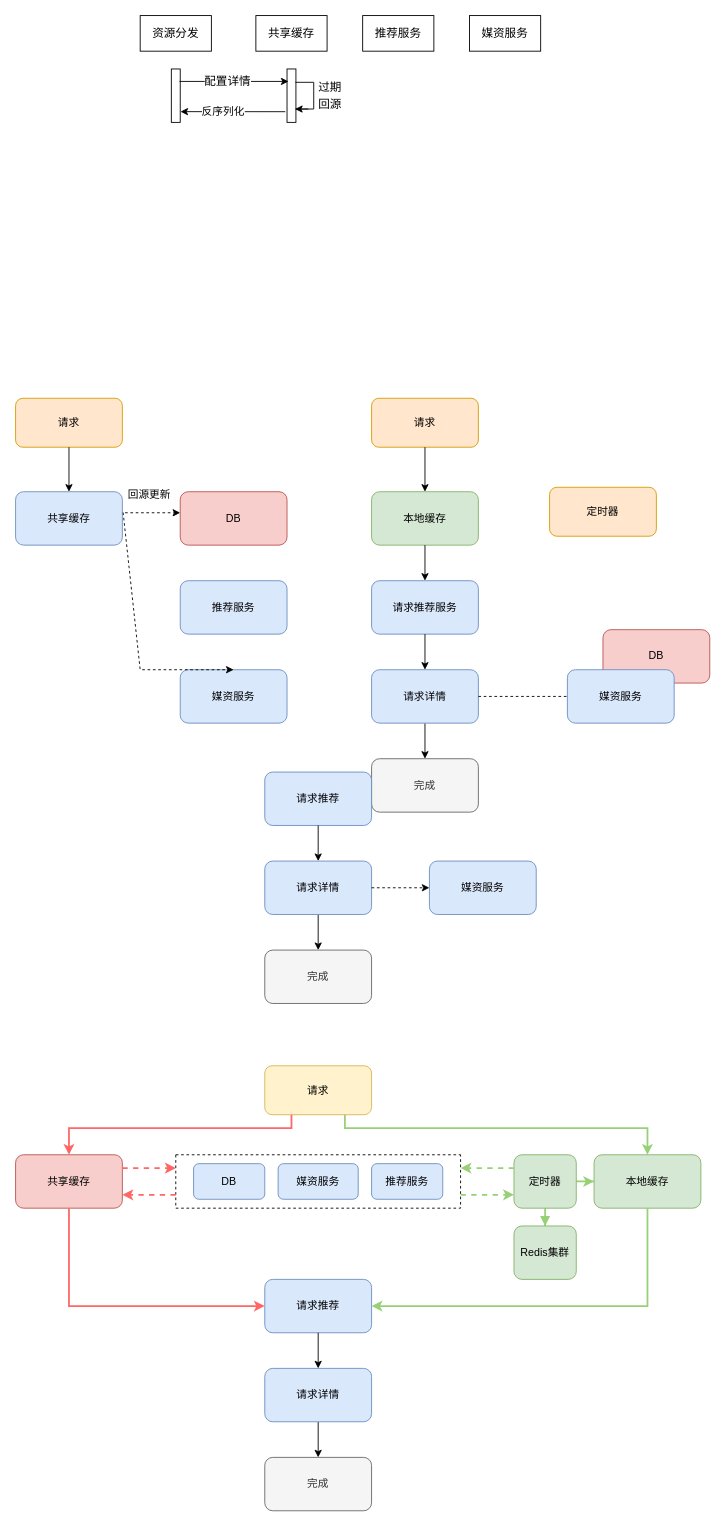
This is test3.drawio from lewiskyo/test_git, a draw.io file, before an edit. Source tidied: cells renumbered, new cells numbered last; positions are measured from the earlier drawing's top-left corner, leaving out a move shared by most shapes. Both pictures are drawn from the tidied source at 89%, with x=0, y=0 at pixel (15, 15).
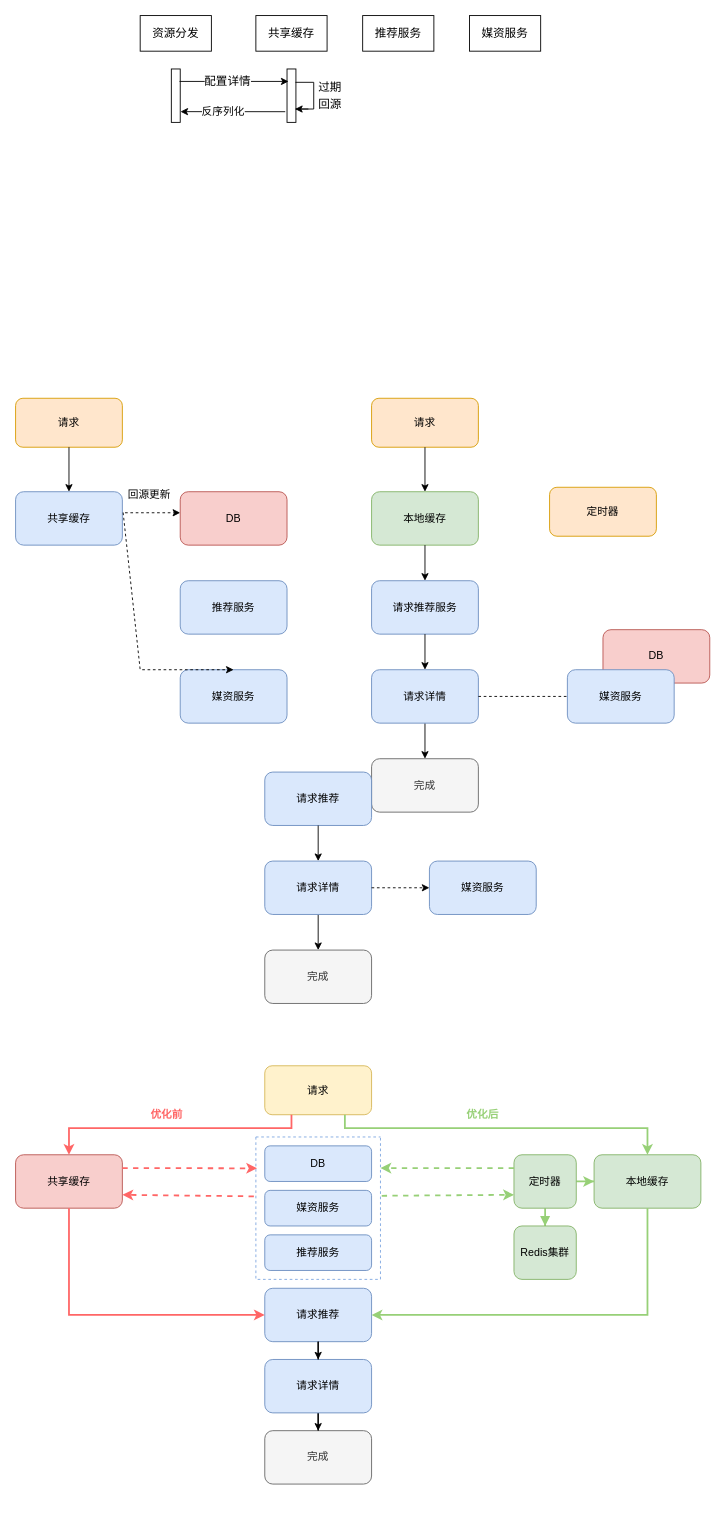
The same page after the edit.

The change refers to these unchanged cells:
```xml
<mxCell id="47" value="共享缓存" style="rounded=1;whiteSpace=wrap;html=1;fontSize=12;fillColor=#f8cecc;strokeColor=#b85450;" parent="1" vertex="1">
  <mxGeometry y="1280" width="120" height="60" as="geometry" />
</mxCell>
<mxCell id="48" value="本地缓存" style="rounded=1;whiteSpace=wrap;html=1;fontSize=12;fillColor=#d5e8d4;strokeColor=#82b366;" parent="1" vertex="1">
  <mxGeometry x="650" y="1280" width="120" height="60" as="geometry" />
</mxCell>
<mxCell id="51" value="定时器" style="rounded=1;whiteSpace=wrap;html=1;fontSize=12;fillColor=#d5e8d4;strokeColor=#82b366;" parent="1" vertex="1">
  <mxGeometry x="560" y="1280" width="70" height="60" as="geometry" />
</mxCell>
<mxCell id="53" value="请求推荐" style="rounded=1;whiteSpace=wrap;html=1;fontSize=12;fillColor=#dae8fc;strokeColor=#6c8ebf;" parent="52" vertex="1">
  <mxGeometry width="120" height="60" as="geometry" />
</mxCell>
```

The edit, as a diff of the source:
```diff
@@
     <mxCell id="52" style="group;" parent="1" vertex="1">
-      <mxGeometry x="280" y="1420" width="120" height="260" as="geometry" />
+      <mxGeometry x="280" y="1430" width="120" height="260" as="geometry" />
     </mxCell>
@@
     <mxCell id="54" value="完成" style="rounded=1;whiteSpace=wrap;html=1;fontSize=12;fillColor=#f5f5f5;fontColor=#333333;strokeColor=#666666;" parent="52" vertex="1">
-      <mxGeometry y="200" width="120" height="60" as="geometry" />
+      <mxGeometry y="160" width="120" height="60" as="geometry" />
     </mxCell>
@@
     <mxCell id="56" value="请求详情" style="rounded=1;whiteSpace=wrap;html=1;fontSize=12;fillColor=#dae8fc;strokeColor=#6c8ebf;" parent="52" vertex="1">
-      <mxGeometry y="100" width="120" height="60" as="geometry" />
+      <mxGeometry y="80" width="120" height="60" as="geometry" />
     </mxCell>
@@
-    <mxCell id="58" style="swimlane;startSize=0;fontSize=12;dashed=1;" parent="1" vertex="1">
-      <mxGeometry x="180" y="1280" width="320" height="60" as="geometry" />
+    <mxCell id="58" style="swimlane;startSize=0;fontSize=12;dashed=1;strokeColor=#7EA6E0;" parent="1" vertex="1">
+      <mxGeometry x="270" y="1260" width="140" height="160" as="geometry" />
     </mxCell>
@@
-    <mxCell id="61" value="推荐服务" style="rounded=1;whiteSpace=wrap;html=1;fontSize=12;fillColor=#dae8fc;strokeColor=#6c8ebf;" parent="1" vertex="1">
-      <mxGeometry x="400" y="1290" width="80" height="40" as="geometry" />
-    </mxCell>
-    <mxCell id="62" value="DB" style="rounded=1;whiteSpace=wrap;html=1;fontSize=12;fillColor=#dae8fc;strokeColor=#6c8ebf;" parent="1" vertex="1">
-      <mxGeometry x="200" y="1290" width="80" height="40" as="geometry" />
-    </mxCell>
-    <mxCell id="63" value="媒资服务" style="rounded=1;whiteSpace=wrap;html=1;fontSize=12;fillColor=#dae8fc;strokeColor=#6c8ebf;" parent="1" vertex="1">
-      <mxGeometry x="295" y="1290" width="90" height="40" as="geometry" />
-    </mxCell>
-    <mxCell id="64" style="endArrow=classic;html=1;rounded=0;strokeColor=#FF6666;strokeWidth=2;fontSize=12;exitX=1;exitY=0.25;exitDx=0;exitDy=0;dashed=1;" parent="1" edge="1" source="47">
-      <mxGeometry relative="1" as="geometry">
-        <mxPoint x="180" y="1295" as="targetPoint" />
-      </mxGeometry>
+    <mxCell id="64" style="endArrow=classic;html=1;rounded=0;strokeColor=#FF6666;strokeWidth=2;fontSize=12;exitX=1;exitY=0.25;exitDx=0;exitDy=0;dashed=1;entryX=0.01;entryY=0.22;entryDx=0;entryDy=0;entryPerimeter=0;" parent="1" edge="1" source="47" target="58">
+      <mxGeometry relative="1" as="geometry" />
     </mxCell>
-    <mxCell id="65" style="endArrow=classic;html=1;rounded=0;strokeColor=#FF6666;strokeWidth=2;fontSize=12;exitX=0;exitY=0.75;exitDx=0;exitDy=0;dashed=1;entryX=1;entryY=0.75;entryDx=0;entryDy=0;" parent="1" edge="1" source="58" target="47">
+    <mxCell id="65" style="endArrow=classic;html=1;rounded=0;strokeColor=#FF6666;strokeWidth=2;fontSize=12;exitX=-0.016;exitY=0.417;exitDx=0;exitDy=0;dashed=1;entryX=1;entryY=0.75;entryDx=0;entryDy=0;exitPerimeter=0;" parent="1" edge="1" source="58" target="47">
       <mxGeometry relative="1" as="geometry" />
     </mxCell>
-    <mxCell id="66" style="endArrow=classic;html=1;rounded=0;dashed=1;strokeColor=#97D077;strokeWidth=2;fontSize=12;entryX=1;entryY=0.25;entryDx=0;entryDy=0;exitX=0;exitY=0.25;exitDx=0;exitDy=0;" parent="1" edge="1" source="51" target="58">
-      <mxGeometry relative="1" as="geometry" />
+    <mxCell id="66" style="endArrow=classic;html=1;rounded=0;dashed=1;strokeColor=#97D077;strokeWidth=2;fontSize=12;exitX=0;exitY=0.25;exitDx=0;exitDy=0;" parent="1" edge="1" source="51">
+      <mxGeometry relative="1" as="geometry">
+        <mxPoint x="410" y="1295" as="targetPoint" />
+      </mxGeometry>
     </mxCell>
-    <mxCell id="67" style="endArrow=classic;html=1;rounded=0;dashed=1;strokeColor=#97D077;strokeWidth=2;fontSize=12;entryX=0;entryY=0.75;entryDx=0;entryDy=0;exitX=1;exitY=0.75;exitDx=0;exitDy=0;" parent="1" edge="1" source="58" target="51">
+    <mxCell id="67" style="endArrow=classic;html=1;rounded=0;dashed=1;strokeColor=#97D077;strokeWidth=2;fontSize=12;entryX=0;entryY=0.75;entryDx=0;entryDy=0;exitX=1.01;exitY=0.413;exitDx=0;exitDy=0;exitPerimeter=0;" parent="1" edge="1" source="58" target="51">
       <mxGeometry relative="1" as="geometry" />
     </mxCell>
     <mxCell id="68" style="endArrow=classic;html=1;rounded=0;strokeColor=#97D077;strokeWidth=2;fontSize=12;exitX=0.5;exitY=1;exitDx=0;exitDy=0;entryX=1;entryY=0.5;entryDx=0;entryDy=0;" parent="1" edge="1" source="48" target="53">
       <mxGeometry relative="1" as="geometry">
         <Array as="points">
-          <mxPoint x="710" y="1450" />
+          <mxPoint x="710" y="1460" />
         </Array>
       </mxGeometry>
     </mxCell>
     <mxCell id="69" style="endArrow=classic;html=1;rounded=0;strokeColor=#FF6666;strokeWidth=2;fontSize=12;exitX=0.5;exitY=1;exitDx=0;exitDy=0;entryX=0;entryY=0.5;entryDx=0;entryDy=0;" parent="1" edge="1" source="47" target="53">
       <mxGeometry relative="1" as="geometry">
         <Array as="points">
-          <mxPoint x="60" y="1450" />
+          <mxPoint x="60" y="1460" />
         </Array>
       </mxGeometry>
     </mxCell>
@@
+    <mxCell id="71" value="优化前" style="text;html=1;strokeColor=none;fillColor=none;align=center;verticalAlign=middle;whiteSpace=wrap;rounded=0;dashed=1;fontSize=12;fontColor=#FF6666;fontStyle=1;" parent="1" vertex="1">
+      <mxGeometry x="140" y="1220" width="60" height="30" as="geometry" />
+    </mxCell>
+    <mxCell id="72" value="优化后" style="text;html=1;strokeColor=none;fillColor=none;align=center;verticalAlign=middle;whiteSpace=wrap;rounded=0;dashed=1;fontSize=12;fontColor=#97D077;fontStyle=1;" parent="1" vertex="1">
+      <mxGeometry x="495" y="1220" width="60" height="30" as="geometry" />
+    </mxCell>
+    <mxCell id="63" value="媒资服务" style="rounded=1;whiteSpace=wrap;html=1;fontSize=12;fillColor=#dae8fc;strokeColor=#6c8ebf;" parent="1" vertex="1">
+      <mxGeometry x="280" y="1320" width="120" height="40" as="geometry" />
+    </mxCell>
+    <mxCell id="62" value="DB" style="rounded=1;whiteSpace=wrap;html=1;fontSize=12;fillColor=#dae8fc;strokeColor=#6c8ebf;" parent="1" vertex="1">
+      <mxGeometry x="280" y="1270" width="120" height="40" as="geometry" />
+    </mxCell>
+    <mxCell id="61" value="推荐服务" style="rounded=1;whiteSpace=wrap;html=1;fontSize=12;fillColor=#dae8fc;strokeColor=#6c8ebf;" parent="1" vertex="1">
+      <mxGeometry x="280" y="1370" width="120" height="40" as="geometry" />
+    </mxCell>
```
